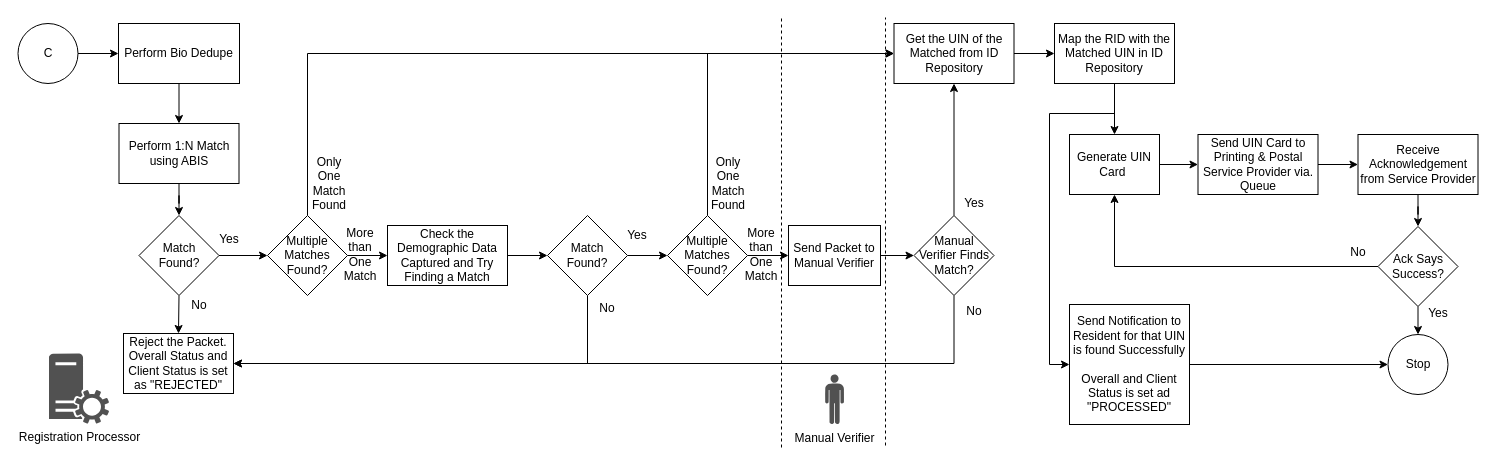
Before: page "lost_uin_packet_processing_part_2" (9 of 9) of docs/_sources/reg_processor/reg_proc_process_flow.drawio in mosip/documentation, a draw.io diagram. Source tidied: cells renumbered, new cells numbered last; positions are measured from the earlier drawing's top-left corner, leaving out a move shared by most shapes. Both pictures are drawn from the tidied source at 100%, with x=0, y=0 at pixel (17, 17).
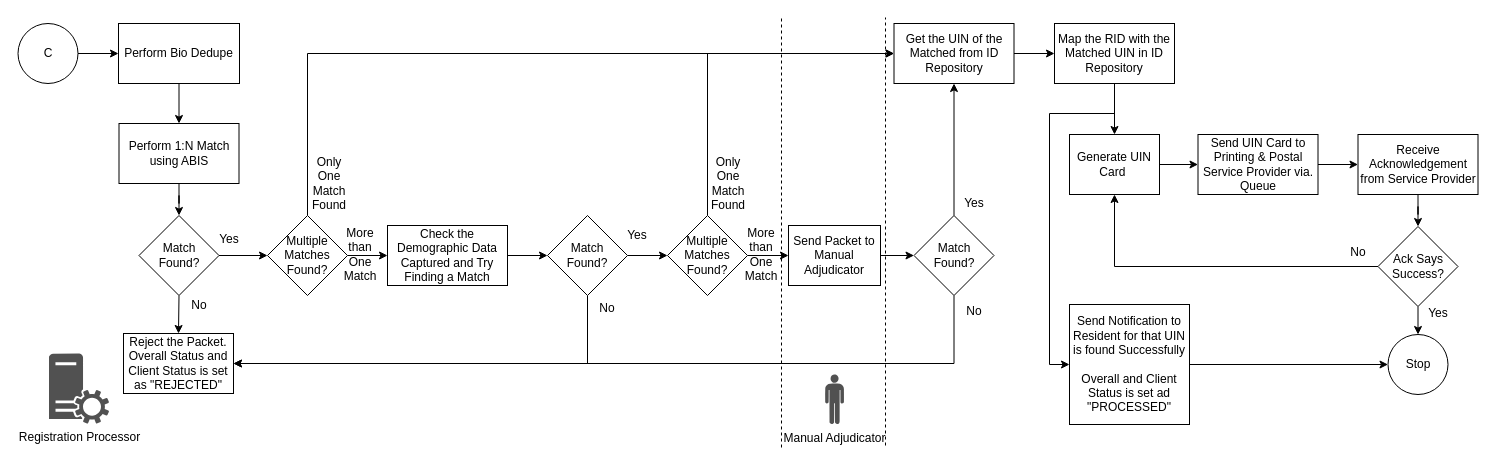
The same page after the edit.

What changed in the source:
```diff
@@
-    <mxCell id="20" value="Send Packet to Manual Verifier" style="rounded=0;whiteSpace=wrap;html=1;fillColor=#ffffff;" parent="1" vertex="1">
+    <mxCell id="20" value="Send Packet to Manual Adjudicator" style="rounded=0;whiteSpace=wrap;html=1;fillColor=#ffffff;" parent="1" vertex="1">
       <mxGeometry x="771" y="208" width="92" height="60" as="geometry" />
     </mxCell>
@@
-    <mxCell id="23" value="Manual Verifier Finds Match?" style="rhombus;whiteSpace=wrap;html=1;" parent="1" vertex="1">
+    <mxCell id="23" value="Match&lt;br&gt;Found?" style="rhombus;whiteSpace=wrap;html=1;" parent="1" vertex="1">
       <mxGeometry x="896.5" y="198" width="80" height="80" as="geometry" />
     </mxCell>
@@
-    <mxCell id="57" value="Manual Verifier" style="verticalLabelPosition=bottom;html=1;fillColor=#515151;verticalAlign=top;align=center;shape=mxgraph.cisco_safe.design.actor_2;dashed=1;" parent="1" vertex="1">
+    <mxCell id="57" value="Manual Adjudicator" style="verticalLabelPosition=bottom;html=1;fillColor=#515151;verticalAlign=top;align=center;shape=mxgraph.cisco_safe.design.actor_2;dashed=1;" parent="1" vertex="1">
       <mxGeometry x="807.5" y="357" width="19" height="50" as="geometry" />
     </mxCell>
```
